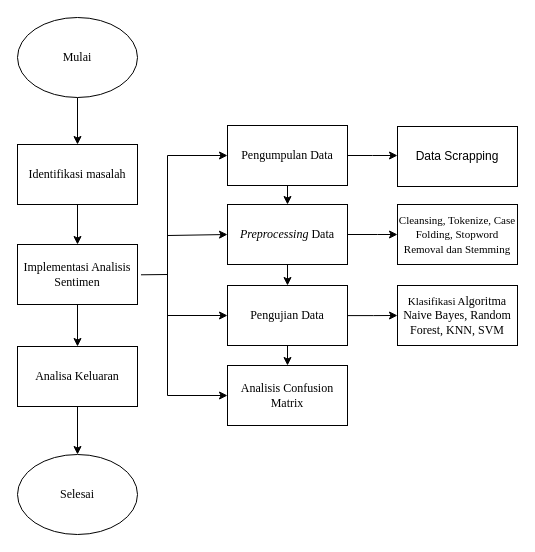
Before: Diagram Tanpa Judul.drawio in willSeoo/Analisis-Sentimen-Dompet-Digital, a draw.io diagram. Source tidied: cells renumbered, new cells numbered last; positions are measured from the earlier drawing's top-left corner, leaving out a move shared by most shapes. Both pictures are drawn from the tidied source at 100%, with x=0, y=0 at pixel (17, 17).
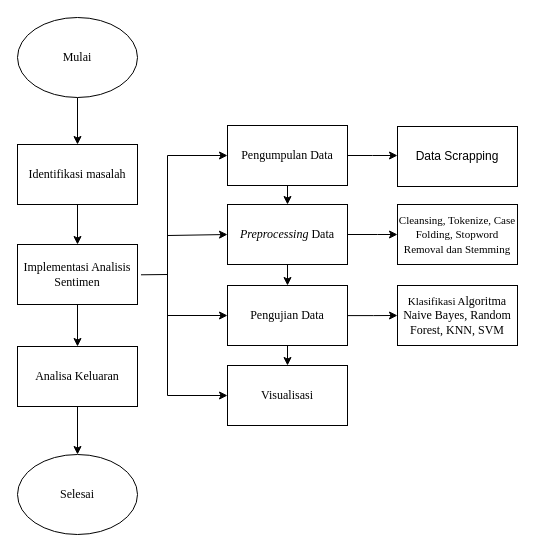
The same page after the edit.

The edit, as a diff of the source:
```diff
@@
-    <mxCell id="24" value="Analisis Confusion Matrix" style="rounded=0;whiteSpace=wrap;html=1;fontFamily=Times New Roman;" parent="1" vertex="1">
+    <mxCell id="24" value="Visualisasi" style="rounded=0;whiteSpace=wrap;html=1;fontFamily=Times New Roman;" parent="1" vertex="1">
       <mxGeometry x="210" y="348" width="120" height="60" as="geometry" />
     </mxCell>
```
